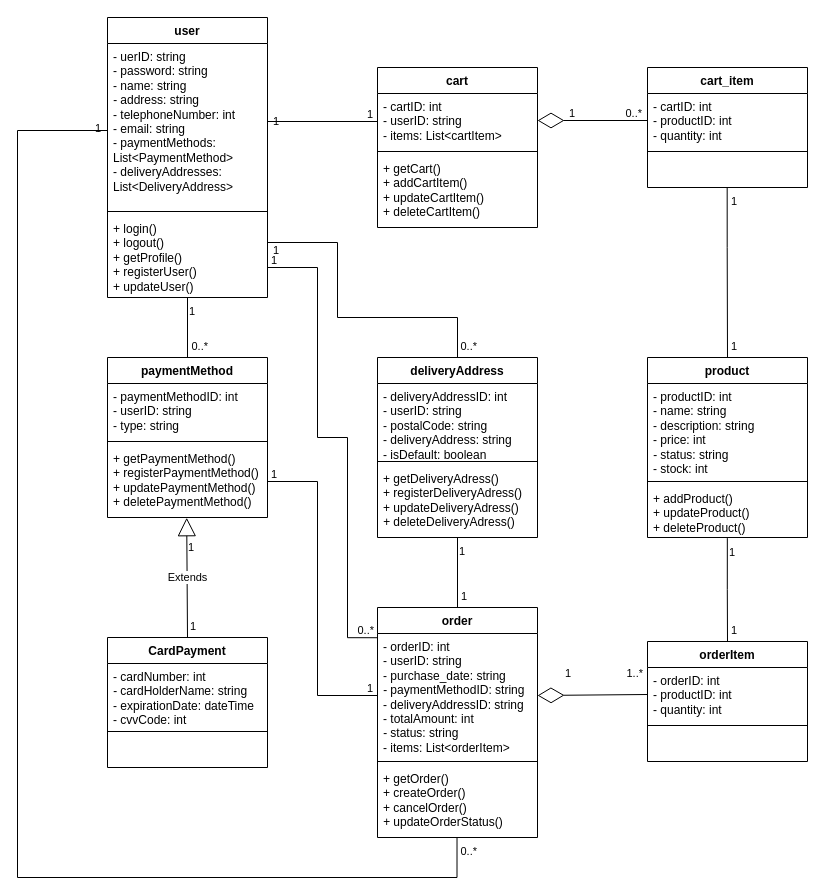
Before: UML/クラス図.drawio in LycorisR/EC_docs, a draw.io diagram. Source tidied: cells renumbered, new cells numbered last; positions are measured from the earlier drawing's top-left corner, leaving out a move shared by most shapes. Both pictures are drawn from the tidied source at 100%, with x=0, y=0 at pixel (17, 17).
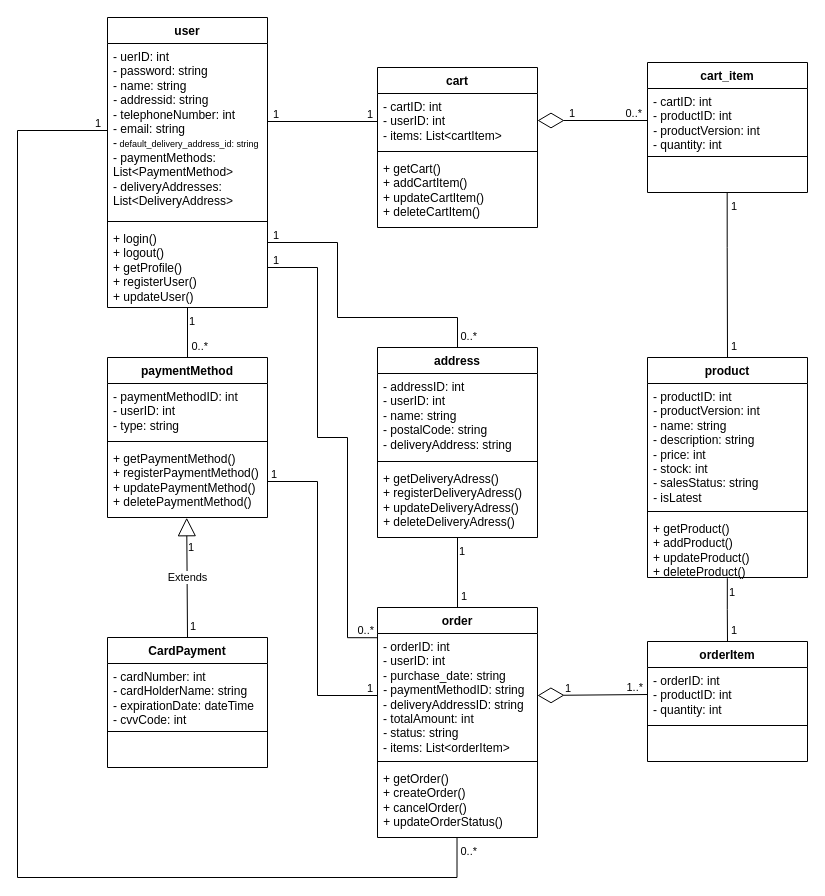
After the change.

Unchanged cells that the change refers to:
```xml
<mxCell id="2" style="endArrow=none;html=1;edgeStyle=orthogonalEdgeStyle;rounded=0;exitX=1;exitY=0.517;exitDx=0;exitDy=0;entryX=0;entryY=0.5;entryDx=0;entryDy=0;exitPerimeter=0;" parent="1" edge="1" source="31">
  <mxGeometry relative="1" as="geometry">
    <mxPoint x="360" y="104" as="targetPoint" />
    <Array as="points">
      <mxPoint x="360" y="104" />
    </Array>
  </mxGeometry>
</mxCell>
<mxCell id="23" style="endArrow=none;html=1;edgeStyle=orthogonalEdgeStyle;rounded=0;exitX=1;exitY=0.5;exitDx=0;exitDy=0;entryX=0;entryY=0.5;entryDx=0;entryDy=0;strokeColor=none;" parent="1" edge="1">
  <mxGeometry relative="1" as="geometry">
    <mxPoint x="520" y="635" as="sourcePoint" />
    <mxPoint x="640" y="755" as="targetPoint" />
  </mxGeometry>
</mxCell>
<mxCell id="26" style="endArrow=none;html=1;edgeStyle=orthogonalEdgeStyle;rounded=0;exitX=0;exitY=0.5;exitDx=0;exitDy=0;entryX=0.497;entryY=0.995;entryDx=0;entryDy=0;entryPerimeter=0;" parent="1" edge="1" source="31" target="62">
  <mxGeometry relative="1" as="geometry">
    <Array as="points">
      <mxPoint x="90" y="113" />
      <mxPoint y="113" />
      <mxPoint y="860" />
      <mxPoint x="440" y="860" />
    </Array>
  </mxGeometry>
</mxCell>
<mxCell id="34" value="cart" style="swimlane;fontStyle=1;align=center;verticalAlign=top;horizontal=1;startSize=26;whiteSpace=wrap;html=1;" parent="1" vertex="1">
  <mxGeometry x="360" y="50" width="160" height="160" as="geometry" />
</mxCell>
<mxCell id="59" value="order" style="swimlane;fontStyle=1;align=center;verticalAlign=top;horizontal=1;startSize=26;whiteSpace=wrap;html=1;" parent="1" vertex="1">
  <mxGeometry x="360" y="590" width="160" height="230" as="geometry" />
</mxCell>
<mxCell id="63" value="paymentMethod" style="swimlane;fontStyle=1;align=center;verticalAlign=top;horizontal=1;startSize=26;whiteSpace=wrap;html=1;" parent="1" vertex="1">
  <mxGeometry x="90" y="340" width="160" height="160" as="geometry" />
</mxCell>
<mxCell id="75" style="endArrow=none;html=1;edgeStyle=orthogonalEdgeStyle;rounded=0;exitX=1;exitY=0.5;exitDx=0;exitDy=0;entryX=0.002;entryY=0.034;entryDx=0;entryDy=0;entryPerimeter=0;" parent="1" edge="1" target="60">
  <mxGeometry relative="1" as="geometry">
    <mxPoint x="250" y="250" as="sourcePoint" />
    <Array as="points">
      <mxPoint x="300" y="250" />
      <mxPoint x="300" y="420" />
      <mxPoint x="330" y="420" />
      <mxPoint x="330" y="620" />
    </Array>
  </mxGeometry>
</mxCell>
```

The edit, as a diff of the source:
```diff
@@
     <mxCell id="3" value="1" style="edgeLabel;html=1;align=left;verticalAlign=bottom;labelBackgroundColor=none;" parent="2" vertex="1">
       <mxGeometry x="-1" relative="1" as="geometry">
-        <mxPoint x="4" y="1" as="offset" />
+        <mxPoint x="4" y="-11" as="offset" />
       </mxGeometry>
     </mxCell>
@@
     <mxCell id="24" value="1" style="edgeLabel;html=1;align=left;verticalAlign=bottom;labelBackgroundColor=none;" parent="23" vertex="1">
       <mxGeometry x="-1" relative="1" as="geometry">
-        <mxPoint x="26" y="29" as="offset" />
+        <mxPoint x="26" y="44" as="offset" />
       </mxGeometry>
     </mxCell>
     <mxCell id="25" value="1..*" style="edgeLabel;html=1;align=right;verticalAlign=bottom;labelBackgroundColor=none;" parent="23" vertex="1">
       <mxGeometry x="1" relative="1" as="geometry">
-        <mxPoint x="-14" y="-91" as="offset" />
+        <mxPoint x="-14" y="-77" as="offset" />
       </mxGeometry>
     </mxCell>
@@
     <mxCell id="27" value="1" style="edgeLabel;html=1;align=left;verticalAlign=bottom;labelBackgroundColor=none;" parent="26" vertex="1">
       <mxGeometry x="-1" relative="1" as="geometry">
-        <mxPoint x="-14" y="11" as="offset" />
+        <mxPoint x="-14" y="1" as="offset" />
       </mxGeometry>
     </mxCell>
@@
     <mxCell id="30" value="user" style="swimlane;fontStyle=1;align=center;verticalAlign=top;horizontal=1;startSize=26;whiteSpace=wrap;html=1;" parent="1" vertex="1">
-      <mxGeometry x="90" width="160" height="280" as="geometry" />
+      <mxGeometry x="90" width="160" height="290" as="geometry" />
     </mxCell>
-    <mxCell id="31" value="- uerID: string&lt;div&gt;- password: string&lt;br&gt;&lt;/div&gt;&lt;div&gt;- name: string&lt;/div&gt;&lt;div&gt;&lt;i&gt;- &lt;/i&gt;address: string&lt;/div&gt;&lt;div&gt;- telephoneNumber: int&lt;br&gt;&lt;/div&gt;&lt;div&gt;- email: string&lt;/div&gt;&lt;div&gt;- paymentMethods: List&amp;lt;PaymentMethod&amp;gt;&lt;br&gt;&lt;/div&gt;&lt;div&gt;-&amp;nbsp;deliveryAddresses: List&amp;lt;DeliveryAddress&amp;gt;&lt;/div&gt;" style="text;strokeColor=none;fillColor=none;align=left;verticalAlign=top;spacingLeft=4;spacingRight=4;overflow=hidden;points=[[0,0.5],[1,0.5]];portConstraint=eastwest;whiteSpace=wrap;html=1;" parent="30" vertex="1">
-      <mxGeometry y="26" width="160" height="164" as="geometry" />
+    <mxCell id="31" value="- uerID: int&lt;div&gt;- password: string&lt;br&gt;&lt;/div&gt;&lt;div&gt;- name: string&lt;/div&gt;&lt;div&gt;&lt;i&gt;- &lt;/i&gt;addressid: string&lt;/div&gt;&lt;div&gt;- telephoneNumber: int&lt;br&gt;&lt;/div&gt;&lt;div&gt;- email: string&lt;/div&gt;&lt;div&gt;-&lt;font style=&quot;font-size: 9px;&quot;&gt; default_delivery_address_id: string&lt;/font&gt;&lt;/div&gt;&lt;div&gt;- paymentMethods: List&amp;lt;PaymentMethod&amp;gt;&lt;br&gt;&lt;/div&gt;&lt;div&gt;-&amp;nbsp;deliveryAddresses: List&amp;lt;DeliveryAddress&amp;gt;&lt;/div&gt;" style="text;strokeColor=none;fillColor=none;align=left;verticalAlign=top;spacingLeft=4;spacingRight=4;overflow=hidden;points=[[0,0.5],[1,0.5]];portConstraint=eastwest;whiteSpace=wrap;html=1;" parent="30" vertex="1">
+      <mxGeometry y="26" width="160" height="174" as="geometry" />
     </mxCell>
     <mxCell id="32" style="line;strokeWidth=1;fillColor=none;align=left;verticalAlign=middle;spacingTop=-1;spacingLeft=3;spacingRight=3;labelPosition=right;strokeColor=inherit;" parent="30" vertex="1">
-      <mxGeometry y="190" width="160" height="8" as="geometry" />
+      <mxGeometry y="200" width="160" height="8" as="geometry" />
     </mxCell>
     <mxCell id="33" value="+ login()&lt;div&gt;+ logout()&lt;br&gt;&lt;/div&gt;&lt;div&gt;+ getProfile()&lt;br&gt;&lt;/div&gt;&lt;div&gt;+ registerUser()&lt;br&gt;&lt;/div&gt;&lt;div&gt;+ updateUser()&lt;br&gt;&lt;/div&gt;" style="text;strokeColor=none;fillColor=none;align=left;verticalAlign=top;spacingLeft=4;spacingRight=4;overflow=hidden;points=[[0,0.5],[1,0.5]];portConstraint=eastwest;whiteSpace=wrap;html=1;" parent="30" vertex="1">
-      <mxGeometry y="198" width="160" height="82" as="geometry" />
+      <mxGeometry y="208" width="160" height="82" as="geometry" />
     </mxCell>
@@
-    <mxCell id="35" value="- cartID: int&lt;div&gt;- userID: string&lt;/div&gt;&lt;div&gt;- items: List&amp;lt;cartItem&amp;gt;&lt;br&gt;&lt;/div&gt;" style="text;strokeColor=none;fillColor=none;align=left;verticalAlign=top;spacingLeft=4;spacingRight=4;overflow=hidden;points=[[0,0.5],[1,0.5]];portConstraint=eastwest;whiteSpace=wrap;html=1;" parent="34" vertex="1">
+    <mxCell id="35" value="- cartID: int&lt;div&gt;- userID: int&lt;/div&gt;&lt;div&gt;- items: List&amp;lt;cartItem&amp;gt;&lt;br&gt;&lt;/div&gt;" style="text;strokeColor=none;fillColor=none;align=left;verticalAlign=top;spacingLeft=4;spacingRight=4;overflow=hidden;points=[[0,0.5],[1,0.5]];portConstraint=eastwest;whiteSpace=wrap;html=1;" parent="34" vertex="1">
       <mxGeometry y="26" width="160" height="54" as="geometry" />
     </mxCell>
@@
     <mxCell id="43" value="cart_item" style="swimlane;fontStyle=1;align=center;verticalAlign=top;horizontal=1;startSize=26;whiteSpace=wrap;html=1;" parent="1" vertex="1">
-      <mxGeometry x="630" y="50" width="160" height="120" as="geometry" />
+      <mxGeometry x="630" y="45" width="160" height="130" as="geometry" />
     </mxCell>
-    <mxCell id="44" value="&lt;div&gt;&lt;span style=&quot;background-color: initial;&quot;&gt;- cartID: int&lt;/span&gt;&lt;br&gt;&lt;/div&gt;&lt;div&gt;- productID: int&lt;/div&gt;&lt;div&gt;- quantity: int&lt;br&gt;&lt;/div&gt;&lt;div&gt;&lt;br&gt;&lt;/div&gt;" style="text;strokeColor=none;fillColor=none;align=left;verticalAlign=top;spacingLeft=4;spacingRight=4;overflow=hidden;points=[[0,0.5],[1,0.5]];portConstraint=eastwest;whiteSpace=wrap;html=1;" parent="43" vertex="1">
-      <mxGeometry y="26" width="160" height="54" as="geometry" />
+    <mxCell id="44" value="&lt;div&gt;&lt;span style=&quot;background-color: initial;&quot;&gt;- cartID: int&lt;/span&gt;&lt;br&gt;&lt;/div&gt;&lt;div&gt;- productID: int&lt;/div&gt;&lt;div&gt;&lt;i&gt;-&amp;nbsp;&lt;/i&gt;productVersion: int&lt;br&gt;&lt;/div&gt;&lt;div&gt;- quantity: int&lt;br&gt;&lt;/div&gt;&lt;div&gt;&lt;br&gt;&lt;/div&gt;" style="text;strokeColor=none;fillColor=none;align=left;verticalAlign=top;spacingLeft=4;spacingRight=4;overflow=hidden;points=[[0,0.5],[1,0.5]];portConstraint=eastwest;whiteSpace=wrap;html=1;" parent="43" vertex="1">
+      <mxGeometry y="26" width="160" height="64" as="geometry" />
     </mxCell>
     <mxCell id="45" style="line;strokeWidth=1;fillColor=none;align=left;verticalAlign=middle;spacingTop=-1;spacingLeft=3;spacingRight=3;labelPosition=right;strokeColor=inherit;" parent="43" vertex="1">
-      <mxGeometry y="80" width="160" height="8" as="geometry" />
+      <mxGeometry y="90" width="160" height="8" as="geometry" />
     </mxCell>
     <mxCell id="46" value="&lt;div&gt;&lt;br&gt;&lt;/div&gt;" style="text;strokeColor=none;fillColor=none;align=left;verticalAlign=top;spacingLeft=4;spacingRight=4;overflow=hidden;points=[[0,0.5],[1,0.5]];portConstraint=eastwest;whiteSpace=wrap;html=1;" parent="43" vertex="1">
-      <mxGeometry y="88" width="160" height="32" as="geometry" />
+      <mxGeometry y="98" width="160" height="32" as="geometry" />
     </mxCell>
     <mxCell id="47" value="product" style="swimlane;fontStyle=1;align=center;verticalAlign=top;horizontal=1;startSize=26;whiteSpace=wrap;html=1;" parent="1" vertex="1">
-      <mxGeometry x="630" y="340" width="160" height="180" as="geometry" />
+      <mxGeometry x="630" y="340" width="160" height="220" as="geometry" />
     </mxCell>
-    <mxCell id="48" value="- productID: int&lt;div&gt;- name: string&lt;/div&gt;&lt;div&gt;- description: string&lt;br&gt;&lt;/div&gt;&lt;div&gt;- price: int&lt;/div&gt;&lt;div&gt;&lt;i&gt;- &lt;/i&gt;status: string&lt;/div&gt;&lt;div&gt;- stock: int&lt;/div&gt;" style="text;strokeColor=none;fillColor=none;align=left;verticalAlign=top;spacingLeft=4;spacingRight=4;overflow=hidden;whiteSpace=wrap;html=1;" parent="47" vertex="1">
-      <mxGeometry y="26" width="160" height="94" as="geometry" />
+    <mxCell id="48" value="- productID: int&lt;div&gt;&lt;i&gt;- &lt;/i&gt;productVersion: int&lt;br&gt;&lt;div&gt;- name: string&lt;/div&gt;&lt;div&gt;- description: string&lt;br&gt;&lt;/div&gt;&lt;div&gt;- price: int&lt;/div&gt;&lt;div&gt;- stock: int&lt;/div&gt;&lt;/div&gt;&lt;div&gt;&lt;i&gt;-&amp;nbsp;&lt;/i&gt;salesStatus: string&lt;br&gt;&lt;/div&gt;&lt;div&gt;&lt;i&gt;- &lt;/i&gt;isLatest&lt;/div&gt;" style="text;strokeColor=none;fillColor=none;align=left;verticalAlign=top;spacingLeft=4;spacingRight=4;overflow=hidden;whiteSpace=wrap;html=1;" parent="47" vertex="1">
+      <mxGeometry y="26" width="160" height="124" as="geometry" />
     </mxCell>
     <mxCell id="49" style="line;strokeWidth=1;fillColor=none;align=left;verticalAlign=middle;spacingTop=-1;spacingLeft=3;spacingRight=3;labelPosition=right;strokeColor=inherit;" parent="47" vertex="1">
-      <mxGeometry y="120" width="160" height="8" as="geometry" />
+      <mxGeometry y="150" width="160" height="8" as="geometry" />
     </mxCell>
-    <mxCell id="50" value="&lt;div&gt;+ addProduct()&lt;br&gt;&lt;/div&gt;&lt;div&gt;+ update&lt;span style=&quot;background-color: initial;&quot;&gt;Product&lt;/span&gt;&lt;span style=&quot;background-color: initial;&quot;&gt;()&lt;/span&gt;&lt;/div&gt;&lt;div&gt;+ delete&lt;span style=&quot;background-color: initial;&quot;&gt;Product&lt;/span&gt;&lt;span style=&quot;background-color: initial;&quot;&gt;()&lt;/span&gt;&lt;/div&gt;" style="text;strokeColor=none;fillColor=none;align=left;verticalAlign=top;spacingLeft=4;spacingRight=4;overflow=hidden;points=[[0,0.5],[1,0.5]];portConstraint=eastwest;whiteSpace=wrap;html=1;" parent="47" vertex="1">
-      <mxGeometry y="128" width="160" height="52" as="geometry" />
+    <mxCell id="50" value="&lt;div&gt;+ getProduct()&lt;/div&gt;&lt;div&gt;+ addProduct()&lt;br&gt;&lt;/div&gt;&lt;div&gt;+ update&lt;span style=&quot;background-color: initial;&quot;&gt;Product&lt;/span&gt;&lt;span style=&quot;background-color: initial;&quot;&gt;()&lt;/span&gt;&lt;/div&gt;&lt;div&gt;+ delete&lt;span style=&quot;background-color: initial;&quot;&gt;Product&lt;/span&gt;&lt;span style=&quot;background-color: initial;&quot;&gt;()&lt;/span&gt;&lt;/div&gt;" style="text;strokeColor=none;fillColor=none;align=left;verticalAlign=top;spacingLeft=4;spacingRight=4;overflow=hidden;points=[[0,0.5],[1,0.5]];portConstraint=eastwest;whiteSpace=wrap;html=1;" parent="47" vertex="1">
+      <mxGeometry y="158" width="160" height="62" as="geometry" />
     </mxCell>
@@
-    <mxCell id="55" value="deliveryAddress" style="swimlane;fontStyle=1;align=center;verticalAlign=top;horizontal=1;startSize=26;whiteSpace=wrap;html=1;" parent="1" vertex="1">
-      <mxGeometry x="360" y="340" width="160" height="180" as="geometry" />
+    <mxCell id="55" value="address" style="swimlane;fontStyle=1;align=center;verticalAlign=top;horizontal=1;startSize=26;whiteSpace=wrap;html=1;" parent="1" vertex="1">
+      <mxGeometry x="360" y="330" width="160" height="190" as="geometry" />
     </mxCell>
-    <mxCell id="56" value="- deliveryAddressID: int&lt;div&gt;- userID: string&lt;/div&gt;&lt;div&gt;- postalCode: string&lt;br&gt;&lt;/div&gt;&lt;div&gt;- deliveryAddress: string&lt;/div&gt;&lt;div&gt;- isDefault: boolean&lt;/div&gt;" style="text;strokeColor=none;fillColor=none;align=left;verticalAlign=top;spacingLeft=4;spacingRight=4;overflow=hidden;whiteSpace=wrap;html=1;" parent="55" vertex="1">
-      <mxGeometry y="26" width="160" height="74" as="geometry" />
+    <mxCell id="56" value="- addressID: int&lt;div&gt;- userID: int&lt;/div&gt;&lt;div&gt;- name: string&lt;br&gt;&lt;/div&gt;&lt;div&gt;- postalCode: string&lt;br&gt;&lt;/div&gt;&lt;div&gt;- deliveryAddress: string&lt;/div&gt;" style="text;strokeColor=none;fillColor=none;align=left;verticalAlign=top;spacingLeft=4;spacingRight=4;overflow=hidden;whiteSpace=wrap;html=1;" parent="55" vertex="1">
+      <mxGeometry y="26" width="160" height="84" as="geometry" />
     </mxCell>
     <mxCell id="57" style="line;strokeWidth=1;fillColor=none;align=left;verticalAlign=middle;spacingTop=-1;spacingLeft=3;spacingRight=3;labelPosition=right;strokeColor=inherit;" parent="55" vertex="1">
-      <mxGeometry y="100" width="160" height="8" as="geometry" />
+      <mxGeometry y="110" width="160" height="8" as="geometry" />
     </mxCell>
     <mxCell id="58" value="&lt;div&gt;&lt;div&gt;+ getDeliveryAdress()&lt;br&gt;&lt;/div&gt;&lt;div&gt;+ register&lt;span style=&quot;background-color: initial;&quot;&gt;Delivery&lt;/span&gt;&lt;span style=&quot;background-color: initial;&quot;&gt;Adress&lt;/span&gt;&lt;span style=&quot;background-color: initial;&quot;&gt;()&lt;/span&gt;&lt;/div&gt;&lt;div&gt;+ update&lt;span style=&quot;background-color: initial;&quot;&gt;Delivery&lt;/span&gt;&lt;span style=&quot;background-color: initial;&quot;&gt;Adress&lt;/span&gt;&lt;span style=&quot;background-color: initial;&quot;&gt;()&lt;/span&gt;&lt;/div&gt;&lt;/div&gt;&lt;div&gt;&lt;i&gt;+ &lt;/i&gt;delete&lt;span style=&quot;background-color: initial;&quot;&gt;Delivery&lt;/span&gt;&lt;span style=&quot;background-color: initial;&quot;&gt;Adress&lt;/span&gt;&lt;span style=&quot;background-color: initial;&quot;&gt;()&lt;/span&gt;&lt;/div&gt;" style="text;strokeColor=none;fillColor=none;align=left;verticalAlign=top;spacingLeft=4;spacingRight=4;overflow=hidden;whiteSpace=wrap;html=1;" parent="55" vertex="1">
-      <mxGeometry y="108" width="160" height="72" as="geometry" />
+      <mxGeometry y="118" width="160" height="72" as="geometry" />
     </mxCell>
@@
-    <mxCell id="60" value="- orderID: int&lt;div&gt;- userID: string&lt;br&gt;&lt;div&gt;- purchase_date: string&lt;/div&gt;&lt;div&gt;&lt;i&gt;- &lt;/i&gt;paymentMethodID: string&lt;/div&gt;&lt;div&gt;- deliveryAddressID: string&lt;/div&gt;&lt;div&gt;- totalAmount: int&lt;/div&gt;&lt;/div&gt;&lt;div&gt;&lt;i&gt;- &lt;/i&gt;status: string&lt;/div&gt;&lt;div&gt;- items: List&amp;lt;orderItem&amp;gt;&lt;br&gt;&lt;/div&gt;" style="text;strokeColor=none;fillColor=none;align=left;verticalAlign=top;spacingLeft=4;spacingRight=4;overflow=hidden;points=[[0,0.5],[1,0.5]];portConstraint=eastwest;whiteSpace=wrap;html=1;" parent="59" vertex="1">
+    <mxCell id="60" value="- orderID: int&lt;div&gt;- userID: int&lt;br&gt;&lt;div&gt;- purchase_date: string&lt;/div&gt;&lt;div&gt;&lt;i&gt;- &lt;/i&gt;paymentMethodID: string&lt;/div&gt;&lt;div&gt;- deliveryAddressID: string&lt;/div&gt;&lt;div&gt;- totalAmount: int&lt;/div&gt;&lt;/div&gt;&lt;div&gt;&lt;i&gt;- &lt;/i&gt;status: string&lt;/div&gt;&lt;div&gt;- items: List&amp;lt;orderItem&amp;gt;&lt;br&gt;&lt;/div&gt;" style="text;strokeColor=none;fillColor=none;align=left;verticalAlign=top;spacingLeft=4;spacingRight=4;overflow=hidden;points=[[0,0.5],[1,0.5]];portConstraint=eastwest;whiteSpace=wrap;html=1;" parent="59" vertex="1">
       <mxGeometry y="26" width="160" height="124" as="geometry" />
     </mxCell>
@@
-    <mxCell id="64" value="- paymentMethodID: int&lt;div&gt;- userID: string&lt;/div&gt;&lt;div&gt;- type: string&lt;/div&gt;" style="text;strokeColor=none;fillColor=none;align=left;verticalAlign=top;spacingLeft=4;spacingRight=4;overflow=hidden;whiteSpace=wrap;html=1;" parent="63" vertex="1">
+    <mxCell id="64" value="- paymentMethodID: int&lt;div&gt;- userID: int&lt;/div&gt;&lt;div&gt;- type: string&lt;/div&gt;" style="text;strokeColor=none;fillColor=none;align=left;verticalAlign=top;spacingLeft=4;spacingRight=4;overflow=hidden;whiteSpace=wrap;html=1;" parent="63" vertex="1">
       <mxGeometry y="26" width="160" height="54" as="geometry" />
     </mxCell>
@@
     <mxCell id="76" value="1" style="edgeLabel;html=1;align=left;verticalAlign=bottom;labelBackgroundColor=none;" parent="75" vertex="1">
       <mxGeometry x="-1" relative="1" as="geometry">
-        <mxPoint x="2" y="1" as="offset" />
+        <mxPoint x="4" y="-24" as="offset" />
       </mxGeometry>
     </mxCell>
```
